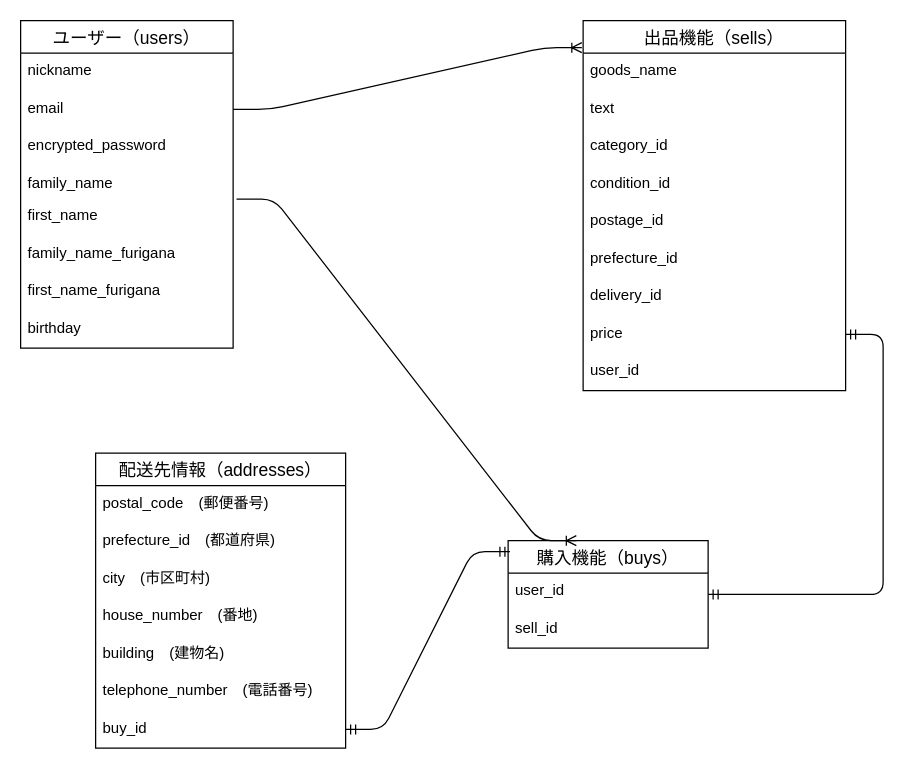
Before: furima.dio in uiyum/furima-37442, a draw.io diagram. Source tidied: cells renumbered, new cells numbered last; positions are measured from the earlier drawing's top-left corner, leaving out a move shared by most shapes. Both pictures are drawn from the tidied source at 125%, with x=0, y=0 at pixel (20, 20).
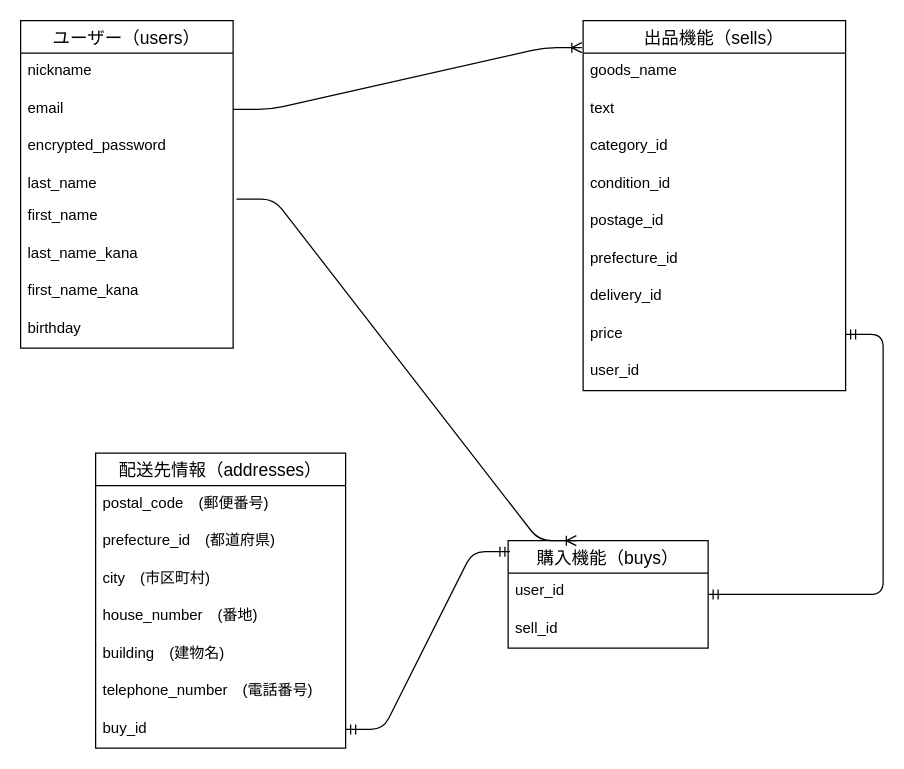
The same diagram, later.

Unchanged cells that the change refers to:
```xml
<mxCell id="2" value="ユーザー（users）" style="swimlane;fontStyle=0;horizontal=1;startSize=26;align=center;fontSize=14;" parent="1" vertex="1">
  <mxGeometry width="170" height="262" as="geometry" />
</mxCell>
```

What changed in the source:
```diff
@@
-    <mxCell id="6" value="family_name" style="text;strokeColor=none;fillColor=none;spacingLeft=4;spacingRight=4;overflow=hidden;fontSize=12;" parent="2" vertex="1">
+    <mxCell id="6" value="last_name" style="text;strokeColor=none;fillColor=none;spacingLeft=4;spacingRight=4;overflow=hidden;fontSize=12;" parent="2" vertex="1">
       <mxGeometry y="116" width="170" height="26" as="geometry" />
     </mxCell>
@@
-    <mxCell id="8" value="family_name_furigana" style="text;strokeColor=none;fillColor=none;spacingLeft=4;spacingRight=4;overflow=hidden;fontSize=12;" parent="2" vertex="1">
+    <mxCell id="8" value="last_name_kana" style="text;strokeColor=none;fillColor=none;spacingLeft=4;spacingRight=4;overflow=hidden;fontSize=12;" parent="2" vertex="1">
       <mxGeometry y="172" width="170" height="30" as="geometry" />
     </mxCell>
-    <mxCell id="9" value="first_name_furigana" style="text;strokeColor=none;fillColor=none;spacingLeft=4;spacingRight=4;overflow=hidden;fontSize=12;" parent="2" vertex="1">
+    <mxCell id="9" value="first_name_kana" style="text;strokeColor=none;fillColor=none;spacingLeft=4;spacingRight=4;overflow=hidden;fontSize=12;" parent="2" vertex="1">
       <mxGeometry y="202" width="170" height="30" as="geometry" />
     </mxCell>
```
